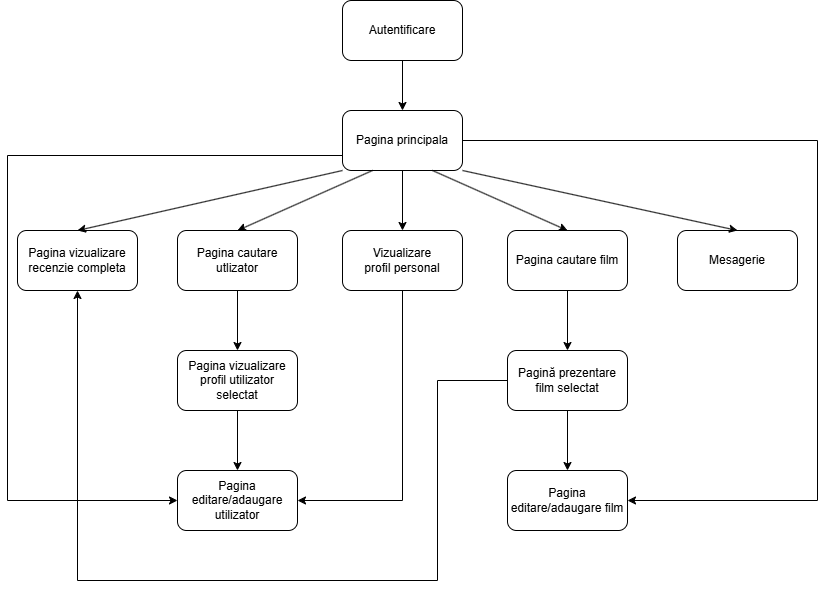
Earlier version of the draw.io export FlowChart.drawio.png (dansimina/Software-Engineering-Labs). Source tidied: cells renumbered, new cells last; positions are measured from the earlier drawing's top-left corner, leaving out a move shared by most shapes.
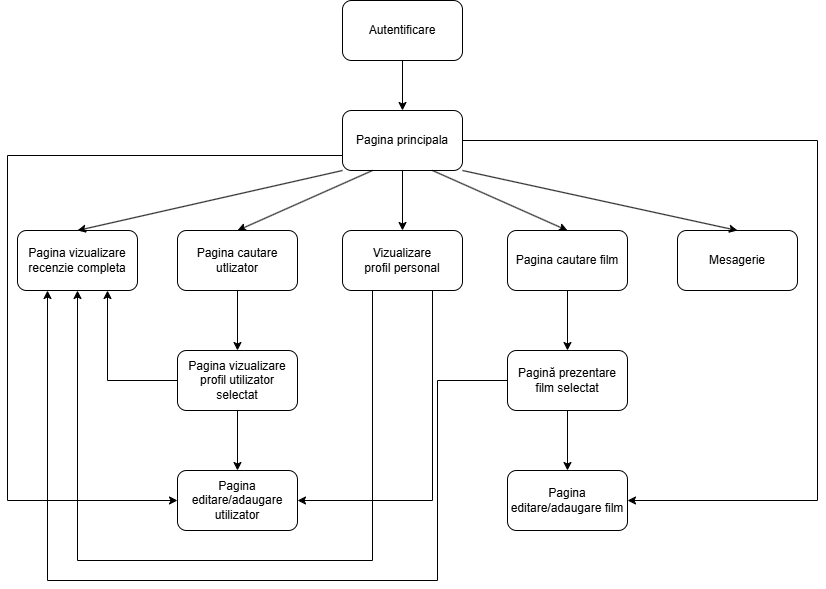
After the change.

Change to the diagram source:
```diff
@@ -81,21 +81,36 @@
         </Array>
       </mxGeometry>
     </mxCell>
-    <mxCell id="25" style="endArrow=classic;html=1;rounded=0;exitX=0;exitY=0.5;exitDx=0;exitDy=0;entryX=0.5;entryY=1;entryDx=0;entryDy=0;" parent="1" edge="1" source="10" target="8">
+    <mxCell id="25" style="endArrow=classic;html=1;rounded=0;exitX=0;exitY=0.5;exitDx=0;exitDy=0;entryX=0.25;entryY=1;entryDx=0;entryDy=0;" parent="1" edge="1" source="10" target="8">
       <mxGeometry relative="1" as="geometry">
         <Array as="points">
           <mxPoint x="430" y="380" />
           <mxPoint x="430" y="580" />
-          <mxPoint x="70" y="580" />
+          <mxPoint x="40" y="580" />
         </Array>
       </mxGeometry>
     </mxCell>
-    <mxCell id="26" style="endArrow=classic;html=1;rounded=0;exitX=0.5;exitY=1;exitDx=0;exitDy=0;entryX=1;entryY=0.5;entryDx=0;entryDy=0;" parent="1" edge="1" source="17" target="19">
+    <mxCell id="26" style="endArrow=classic;html=1;rounded=0;exitX=0.75;exitY=1;exitDx=0;exitDy=0;entryX=1;entryY=0.5;entryDx=0;entryDy=0;" parent="1" edge="1" source="17" target="19">
       <mxGeometry relative="1" as="geometry">
         <Array as="points">
-          <mxPoint x="395" y="500" />
+          <mxPoint x="425" y="500" />
         </Array>
       </mxGeometry>
     </mxCell>
+    <mxCell id="27" style="endArrow=classic;html=1;rounded=0;exitX=0.25;exitY=1;exitDx=0;exitDy=0;entryX=0.5;entryY=1;entryDx=0;entryDy=0;" parent="1" edge="1" source="17" target="8">
+      <mxGeometry relative="1" as="geometry">
+        <Array as="points">
+          <mxPoint x="365" y="560" />
+          <mxPoint x="70" y="560" />
+        </Array>
+      </mxGeometry>
+    </mxCell>
+    <mxCell id="28" style="endArrow=classic;html=1;rounded=0;exitX=0;exitY=0.5;exitDx=0;exitDy=0;entryX=0.75;entryY=1;entryDx=0;entryDy=0;" parent="1" edge="1" source="9" target="8">
+      <mxGeometry relative="1" as="geometry">
+        <Array as="points">
+          <mxPoint x="100" y="380" />
+        </Array>
+      </mxGeometry>
+    </mxCell>
   </root>
 </mxGraphModel>
```
